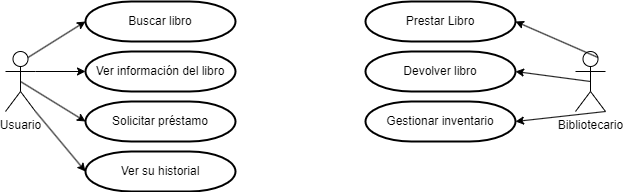
Above: casos de uso/biblioteca.drawio.png in jdrguez/ETS (draw.io), before the change. Source tidied: cells renumbered, new cells last; positions are measured from the earlier drawing's top-left corner, leaving out a move shared by most shapes.
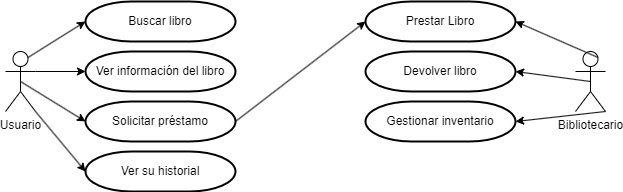
The same diagram one commit later.

Diff of the diagram source:
```diff
@@ -50,5 +50,8 @@
     <mxCell id="17" style="rounded=0;jettySize=auto;html=1;exitX=1;exitY=1;exitDx=0;exitDy=0;exitPerimeter=0;entryX=0;entryY=0.5;entryDx=0;entryDy=0;entryPerimeter=0;" parent="1" edge="1" source="11" target="14">
       <mxGeometry relative="1" as="geometry" />
     </mxCell>
+    <mxCell id="18" style="rounded=0;jettySize=auto;html=1;exitX=1;exitY=0.5;exitDx=0;exitDy=0;exitPerimeter=0;entryX=1;entryY=0.5;entryDx=0;entryDy=0;entryPerimeter=0;" parent="1" edge="1" source="5" target="12">
+      <mxGeometry relative="1" as="geometry" />
+    </mxCell>
   </root>
 </mxGraphModel>
```
